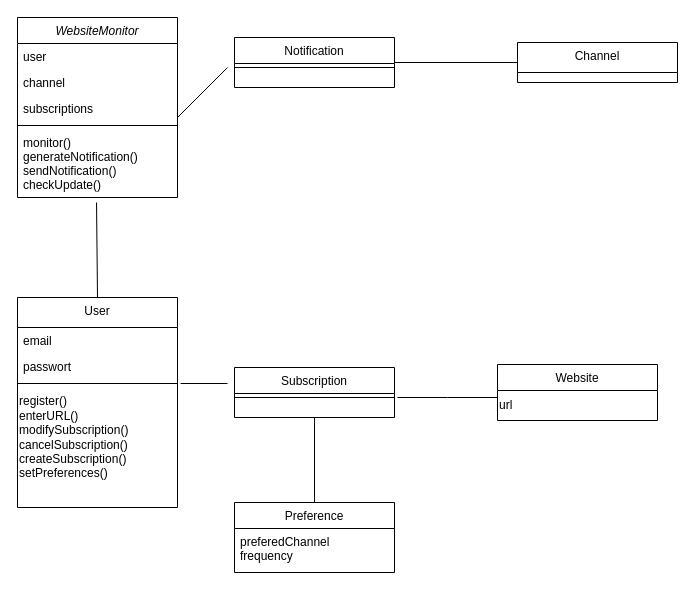
This is exercise3.drawio from minimi3000/SWE-D, a draw.io file, before an edit. Source tidied: cells renumbered, new cells numbered last; positions are measured from the earlier drawing's top-left corner, leaving out a move shared by most shapes. Both pictures are drawn from the tidied source at 100%, with x=0, y=0 at pixel (17, 17).
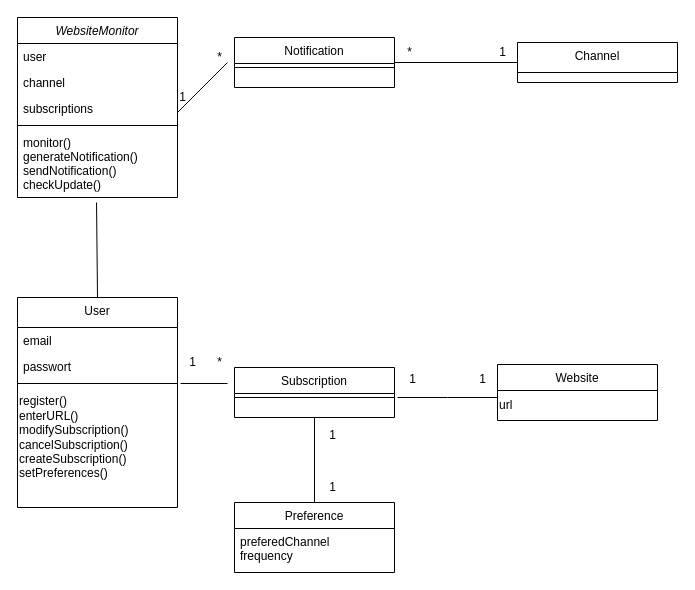
After the change.

The edit, as a diff of the source:
```diff
@@
     <mxCell id="27" style="endArrow=none;html=1;rounded=0;" parent="1" edge="1">
       <mxGeometry relative="1" as="geometry">
-        <mxPoint x="160" y="100" as="sourcePoint" />
-        <mxPoint x="210" y="50" as="targetPoint" />
+        <mxPoint x="160" y="95" as="sourcePoint" />
+        <mxPoint x="210" y="45" as="targetPoint" />
       </mxGeometry>
     </mxCell>
+    <mxCell id="28" value="1" style="text;html=1;align=center;verticalAlign=middle;strokeColor=none;fillColor=none;" parent="1" vertex="1">
+      <mxGeometry x="470" y="20" width="30" height="30" as="geometry" />
+    </mxCell>
+    <mxCell id="29" value="1" style="text;html=1;align=center;verticalAlign=middle;strokeColor=none;fillColor=none;" parent="1" vertex="1">
+      <mxGeometry x="150" y="65" width="30" height="30" as="geometry" />
+    </mxCell>
+    <mxCell id="30" value="1" style="text;html=1;align=center;verticalAlign=middle;strokeColor=none;fillColor=none;" parent="1" vertex="1">
+      <mxGeometry x="160" y="330" width="30" height="30" as="geometry" />
+    </mxCell>
+    <mxCell id="31" value="1" style="text;html=1;align=center;verticalAlign=middle;strokeColor=none;fillColor=none;" parent="1" vertex="1">
+      <mxGeometry x="380" y="347" width="30" height="30" as="geometry" />
+    </mxCell>
+    <mxCell id="32" value="1" style="text;html=1;align=center;verticalAlign=middle;strokeColor=none;fillColor=none;" parent="1" vertex="1">
+      <mxGeometry x="300" y="403" width="30" height="30" as="geometry" />
+    </mxCell>
+    <mxCell id="33" value="1" style="text;html=1;align=center;verticalAlign=middle;strokeColor=none;fillColor=none;" parent="1" vertex="1">
+      <mxGeometry x="300" y="455" width="30" height="30" as="geometry" />
+    </mxCell>
+    <mxCell id="34" value="1" style="text;html=1;align=center;verticalAlign=middle;strokeColor=none;fillColor=none;" parent="1" vertex="1">
+      <mxGeometry x="450" y="347" width="30" height="30" as="geometry" />
+    </mxCell>
+    <mxCell id="35" value="*" style="text;html=1;align=center;verticalAlign=middle;strokeColor=none;fillColor=none;" parent="1" vertex="1">
+      <mxGeometry x="377" y="20" width="30" height="30" as="geometry" />
+    </mxCell>
+    <mxCell id="36" value="*" style="text;html=1;align=center;verticalAlign=middle;strokeColor=none;fillColor=none;" parent="1" vertex="1">
+      <mxGeometry x="187" y="25" width="30" height="30" as="geometry" />
+    </mxCell>
+    <mxCell id="37" value="*" style="text;html=1;align=center;verticalAlign=middle;strokeColor=none;fillColor=none;" parent="1" vertex="1">
+      <mxGeometry x="187" y="330" width="30" height="30" as="geometry" />
+    </mxCell>
```
